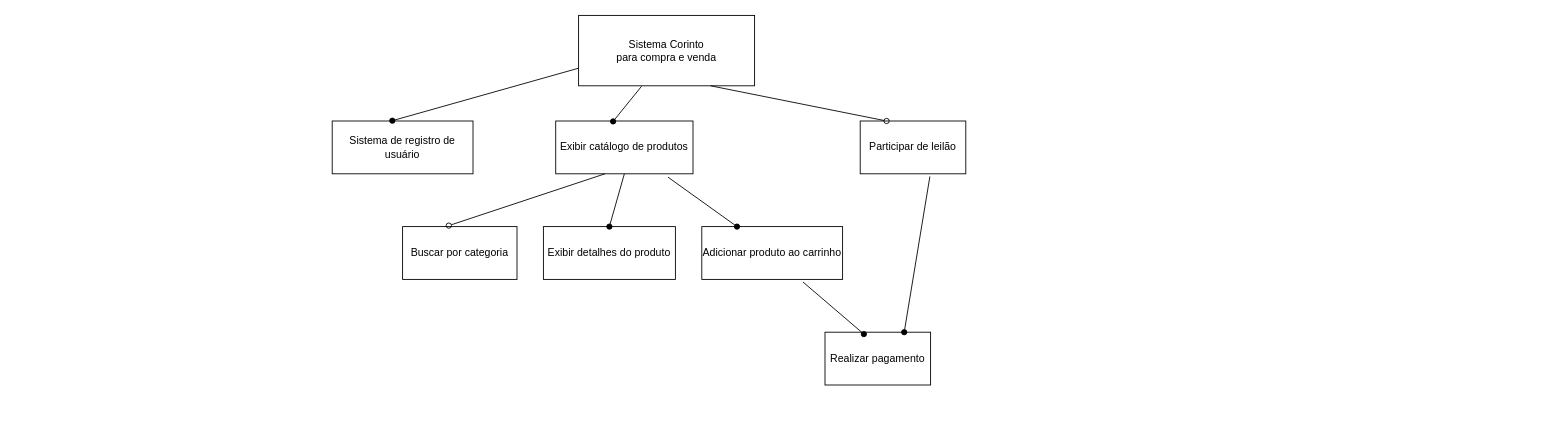
The draw.io diagram page "Modelo de Features" (2 of 2) of Diagrama sem nome.drawio in luca-moraes/projetoCorintoModelagem, before the edit. Source tidied: cells renumbered, new cells numbered last; positions are measured from the earlier drawing's top-left corner, leaving out a move shared by most shapes. Both pictures are drawn from the tidied source at 88%, with x=0, y=0 at pixel (332, 15).
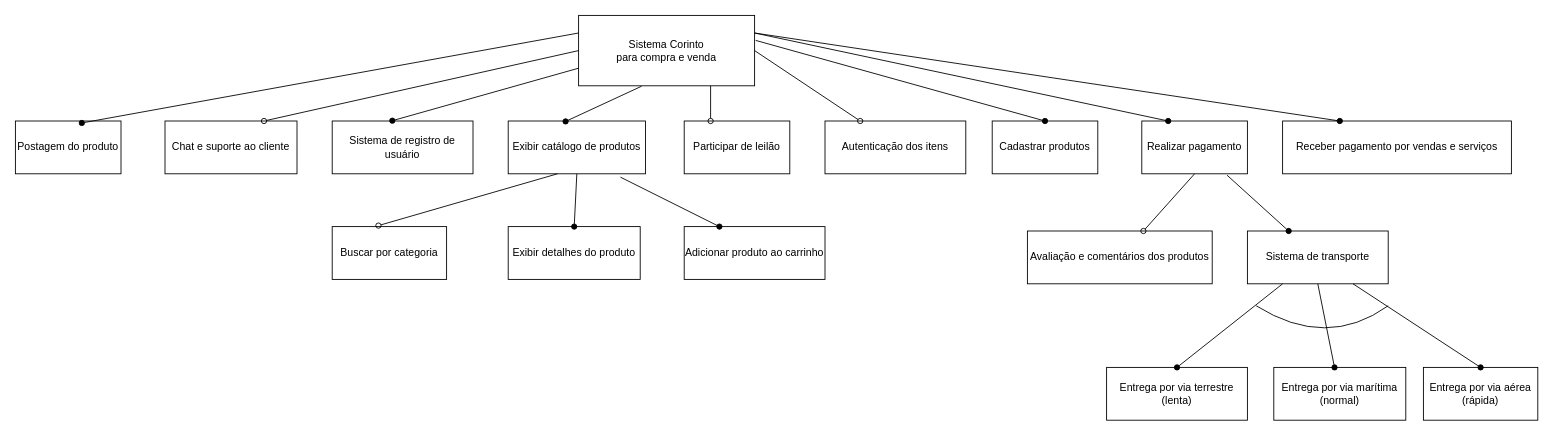
The same page after the edit.

The change refers to these unchanged cells:
```xml
<mxCell id="2" value="Sistema Corinto &lt;br&gt;para compra e venda" style="rounded=0;whiteSpace=wrap;html=1;" parent="1" vertex="1">
  <mxGeometry x="280" width="200" height="80" as="geometry" />
</mxCell>
```

What changed in the source:
```diff
@@
     <mxCell id="5" value="Exibir catálogo de produtos" style="rounded=0;whiteSpace=wrap;html=1;" parent="1" vertex="1">
-      <mxGeometry x="254" y="120" width="156" height="60" as="geometry" />
+      <mxGeometry x="200" y="120" width="156" height="60" as="geometry" />
     </mxCell>
@@
     <mxCell id="7" value="Buscar por categoria" style="rounded=0;whiteSpace=wrap;html=1;" parent="1" vertex="1">
-      <mxGeometry x="80" y="240" width="130" height="60" as="geometry" />
+      <mxGeometry y="240" width="130" height="60" as="geometry" />
     </mxCell>
@@
     <mxCell id="9" value="Exibir detalhes do produto" style="rounded=0;whiteSpace=wrap;html=1;" parent="1" vertex="1">
-      <mxGeometry x="240" y="240" width="150" height="60" as="geometry" />
+      <mxGeometry x="200" y="240" width="150" height="60" as="geometry" />
     </mxCell>
@@
     <mxCell id="11" value="Adicionar produto ao carrinho" style="rounded=0;whiteSpace=wrap;html=1;" parent="1" vertex="1">
-      <mxGeometry x="420" y="240" width="160" height="60" as="geometry" />
+      <mxGeometry x="400" y="240" width="160" height="60" as="geometry" />
     </mxCell>
@@
     <mxCell id="13" value="Participar de leilão" style="rounded=0;whiteSpace=wrap;html=1;" parent="1" vertex="1">
-      <mxGeometry x="600" y="120" width="120" height="60" as="geometry" />
+      <mxGeometry x="400" y="120" width="120" height="60" as="geometry" />
     </mxCell>
@@
     <mxCell id="15" value="Realizar pagamento" style="rounded=0;whiteSpace=wrap;html=1;" parent="1" vertex="1">
-      <mxGeometry x="560" y="360" width="120" height="60" as="geometry" />
+      <mxGeometry x="920" y="120" width="120" height="60" as="geometry" />
     </mxCell>
-    <mxCell id="16" style="endArrow=none;html=1;rounded=0;entryX=0.719;entryY=1.05;entryDx=0;entryDy=0;entryPerimeter=0;exitX=0.368;exitY=0.036;exitDx=0;exitDy=0;exitPerimeter=0;startArrow=oval;startFill=1;" parent="1" edge="1" source="15" target="11">
-      <mxGeometry relative="1" as="geometry" />
-    </mxCell>
-    <mxCell id="17" style="endArrow=none;html=1;rounded=0;entryX=0.66;entryY=1.05;entryDx=0;entryDy=0;entryPerimeter=0;exitX=0.75;exitY=0;exitDx=0;exitDy=0;startArrow=oval;startFill=1;" parent="1" edge="1" source="15" target="13">
-      <mxGeometry relative="1" as="geometry" />
-    </mxCell>
+    <mxCell id="18" value="Avaliação e comentários dos produtos" style="rounded=0;whiteSpace=wrap;html=1;" parent="1" vertex="1">
+      <mxGeometry x="790" y="245" width="210" height="60" as="geometry" />
+    </mxCell>
+    <mxCell id="19" value="Chat e suporte ao cliente" style="rounded=0;whiteSpace=wrap;html=1;" parent="1" vertex="1">
+      <mxGeometry x="-190" y="120" width="150" height="60" as="geometry" />
+    </mxCell>
+    <mxCell id="20" style="endArrow=none;html=1;rounded=0;entryX=0.5;entryY=1;entryDx=0;entryDy=0;startArrow=oval;startFill=0;" parent="1" edge="1" source="18" target="15">
+      <mxGeometry relative="1" as="geometry" />
+    </mxCell>
+    <mxCell id="21" style="endArrow=none;html=1;rounded=0;entryX=0;entryY=0.5;entryDx=0;entryDy=0;exitX=0.75;exitY=0;exitDx=0;exitDy=0;startArrow=oval;startFill=0;" parent="1" edge="1" source="19" target="2">
+      <mxGeometry relative="1" as="geometry" />
+    </mxCell>
+    <mxCell id="22" value="Autenticação dos itens" style="rounded=0;whiteSpace=wrap;html=1;" parent="1" vertex="1">
+      <mxGeometry x="560" y="120" width="160" height="60" as="geometry" />
+    </mxCell>
+    <mxCell id="23" style="endArrow=none;html=1;rounded=0;entryX=1;entryY=0.5;entryDx=0;entryDy=0;exitX=0.25;exitY=0;exitDx=0;exitDy=0;startArrow=oval;startFill=0;" parent="1" edge="1" source="22" target="2">
+      <mxGeometry relative="1" as="geometry" />
+    </mxCell>
+    <mxCell id="24" value="Sistema de transporte" style="rounded=0;whiteSpace=wrap;html=1;" parent="1" vertex="1">
+      <mxGeometry x="1040" y="245" width="160" height="60" as="geometry" />
+    </mxCell>
+    <mxCell id="25" style="endArrow=none;html=1;rounded=0;entryX=0.807;entryY=1.026;entryDx=0;entryDy=0;entryPerimeter=0;startArrow=oval;startFill=1;" parent="1" edge="1" source="24" target="15">
+      <mxGeometry relative="1" as="geometry" />
+    </mxCell>
+    <mxCell id="26" value="Entrega por via terrestre (lenta)" style="rounded=0;whiteSpace=wrap;html=1;" parent="1" vertex="1">
+      <mxGeometry x="880" y="400" width="160" height="60" as="geometry" />
+    </mxCell>
+    <mxCell id="27" value="Entrega por via marítima (normal)" style="rounded=0;whiteSpace=wrap;html=1;" parent="1" vertex="1">
+      <mxGeometry x="1070" y="400" width="150" height="60" as="geometry" />
+    </mxCell>
+    <mxCell id="28" value="Entrega por via aérea (rápida)" style="rounded=0;whiteSpace=wrap;html=1;" parent="1" vertex="1">
+      <mxGeometry x="1240" y="400" width="130" height="60" as="geometry" />
+    </mxCell>
+    <mxCell id="29" style="endArrow=none;html=1;rounded=0;entryX=0.25;entryY=1;entryDx=0;entryDy=0;exitX=0.5;exitY=0;exitDx=0;exitDy=0;startArrow=oval;startFill=1;" parent="1" edge="1" source="26" target="24">
+      <mxGeometry relative="1" as="geometry" />
+    </mxCell>
+    <mxCell id="30" style="endArrow=none;html=1;rounded=0;entryX=0.5;entryY=1;entryDx=0;entryDy=0;startArrow=oval;startFill=1;" parent="1" edge="1" source="27" target="24">
+      <mxGeometry relative="1" as="geometry" />
+    </mxCell>
+    <mxCell id="31" style="endArrow=none;html=1;rounded=0;entryX=0.75;entryY=1;entryDx=0;entryDy=0;exitX=0.5;exitY=0;exitDx=0;exitDy=0;startArrow=oval;startFill=1;" parent="1" edge="1" source="28" target="24">
+      <mxGeometry relative="1" as="geometry" />
+    </mxCell>
+    <mxCell id="32" style="curved=1;endArrow=none;html=1;rounded=0;endFill=0;" parent="1" edge="1">
+      <mxGeometry relative="1" as="geometry">
+        <mxPoint x="1200" y="330" as="sourcePoint" />
+        <mxPoint x="1050" y="330" as="targetPoint" />
+        <Array as="points">
+          <mxPoint x="1130" y="380" />
+        </Array>
+      </mxGeometry>
+    </mxCell>
+    <mxCell id="33" value="Cadastrar produtos" style="rounded=0;whiteSpace=wrap;html=1;" parent="1" vertex="1">
+      <mxGeometry x="750" y="120" width="120" height="60" as="geometry" />
+    </mxCell>
+    <mxCell id="34" style="endArrow=none;html=1;rounded=0;entryX=1.006;entryY=0.355;entryDx=0;entryDy=0;entryPerimeter=0;exitX=0.5;exitY=0;exitDx=0;exitDy=0;startArrow=oval;startFill=1;" parent="1" edge="1" source="33" target="2">
+      <mxGeometry relative="1" as="geometry" />
+    </mxCell>
+    <mxCell id="35" value="Postagem do produto" style="rounded=0;whiteSpace=wrap;html=1;" parent="1" vertex="1">
+      <mxGeometry x="-360" y="120" width="120" height="60" as="geometry" />
+    </mxCell>
+    <mxCell id="36" style="endArrow=oval;html=1;rounded=0;entryX=0.629;entryY=0.037;entryDx=0;entryDy=0;entryPerimeter=0;exitX=0;exitY=0.25;exitDx=0;exitDy=0;startArrow=none;startFill=0;endFill=1;" parent="1" edge="1" source="2" target="35">
+      <mxGeometry relative="1" as="geometry" />
+    </mxCell>
+    <mxCell id="37" value="Receber&amp;nbsp;pagamento por vendas e serviços" style="rounded=0;whiteSpace=wrap;html=1;" parent="1" vertex="1">
+      <mxGeometry x="1080" y="120" width="260" height="60" as="geometry" />
+    </mxCell>
+    <mxCell id="38" style="endArrow=none;html=1;rounded=0;entryX=1;entryY=0.25;entryDx=0;entryDy=0;exitX=0.25;exitY=0;exitDx=0;exitDy=0;startArrow=oval;startFill=1;" parent="1" edge="1" source="37" target="2">
+      <mxGeometry relative="1" as="geometry" />
+    </mxCell>
+    <mxCell id="39" style="endArrow=none;html=1;rounded=0;entryX=1;entryY=0.25;entryDx=0;entryDy=0;exitX=0.25;exitY=0;exitDx=0;exitDy=0;startArrow=oval;startFill=1;" parent="1" edge="1" source="15" target="2">
+      <mxGeometry relative="1" as="geometry" />
+    </mxCell>
```
